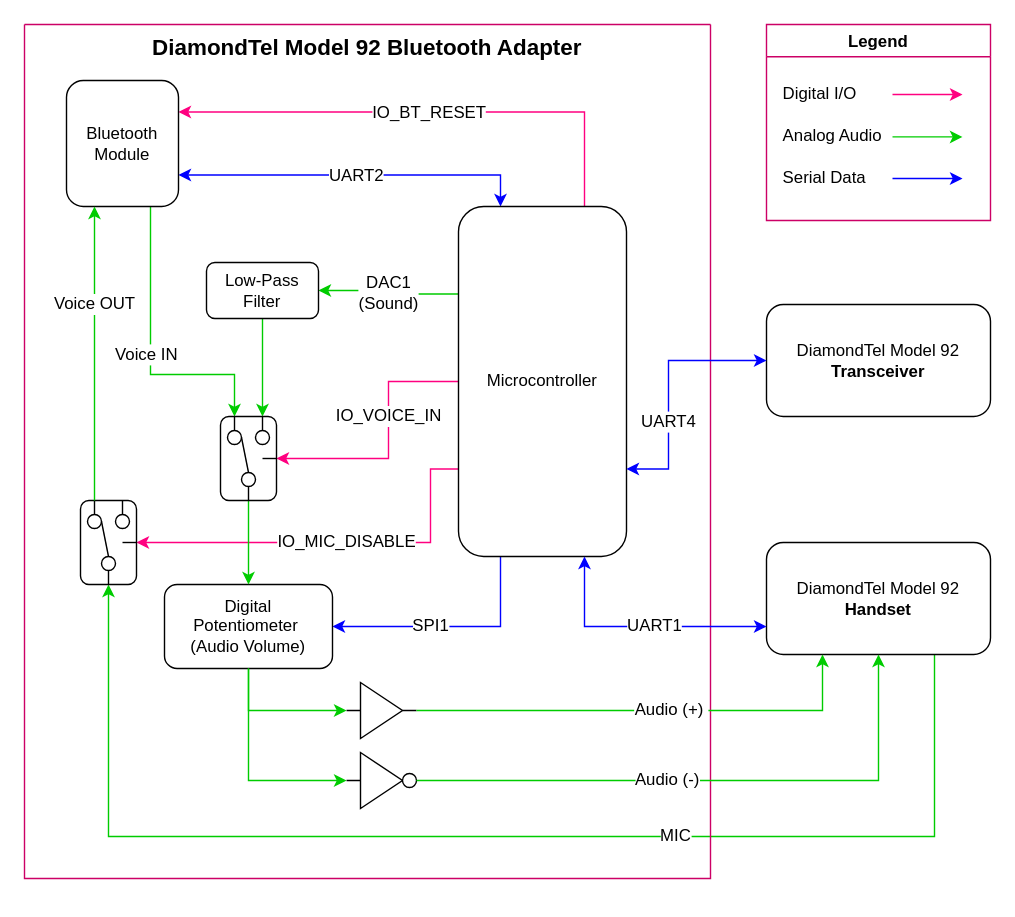
The draw.io diagram drawio/circuit_component_diagram.drawio in UselessPickles/diamondtel-m92-bluetooth, before the edit. Source tidied: cells renumbered, new cells numbered last; positions are measured from the earlier drawing's top-left corner, leaving out a move shared by most shapes. Both pictures are drawn from the tidied source at 140%, with x=0, y=0 at pixel (24, 24).
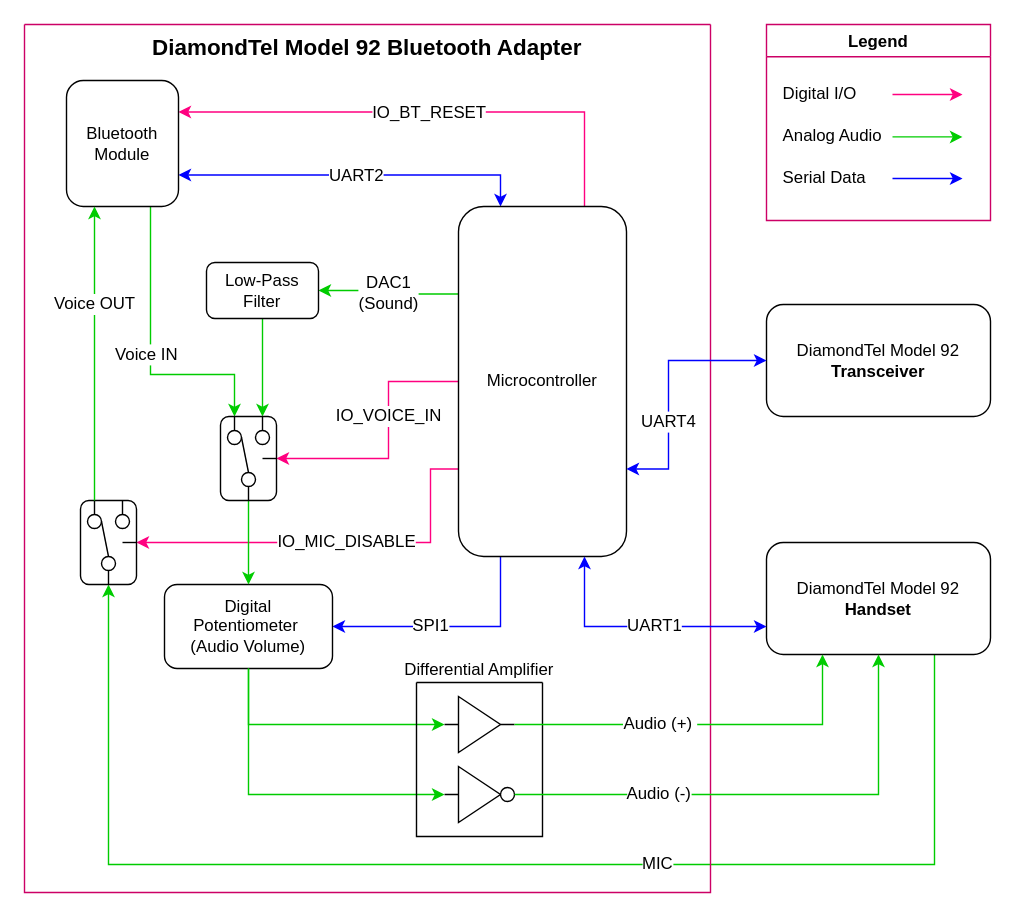
After the change.

Commit message (it also covers changes not shown here):
Label the Differential Amplifier in the component circuit diagram

Unchanged cells that the change refers to:
```xml
<mxCell id="3" value="DiamondTel Model 92&lt;br&gt;&lt;b&gt;Handset&lt;/b&gt;" style="rounded=1;whiteSpace=wrap;html=1;" parent="1" vertex="1">
  <mxGeometry x="530" y="370" width="160" height="80" as="geometry" />
</mxCell>
<mxCell id="14" value="Digital&lt;br&gt;Potentiometer&amp;nbsp;&lt;br&gt;(Audio Volume)" style="rounded=1;whiteSpace=wrap;html=1;" parent="4" vertex="1">
  <mxGeometry x="100" y="400" width="120" height="60" as="geometry" />
</mxCell>
<mxCell id="29" style="rounded=1;whiteSpace=wrap;html=1;points=[[0.25,0,0,0,0],[0.5,1,0,0,0],[0.75,0,0,0,0],[1,0.5,0,0,0]];" parent="28" vertex="1">
  <mxGeometry width="40" height="60" as="geometry" />
</mxCell>
```

Change to the diagram source:
```diff
@@
     <mxCell id="2" value="MIC" style="edgeStyle=orthogonalEdgeStyle;rounded=0;jettySize=auto;html=1;strokeColor=#00CC00;entryX=0.5;entryY=1;entryDx=0;entryDy=0;entryPerimeter=0;fontSize=12;exitX=0.75;exitY=1;exitDx=0;exitDy=0;" parent="1" edge="1" source="3" target="29">
-      <mxGeometry x="-0.3" relative="1" as="geometry">
+      <mxGeometry x="-0.26" relative="1" as="geometry">
         <Array as="points">
-          <mxPoint x="650" y="580" />
-          <mxPoint x="60" y="580" />
+          <mxPoint x="650" y="600" />
+          <mxPoint x="60" y="600" />
         </Array>
       </mxGeometry>
     </mxCell>
@@
     <mxCell id="4" value="DiamondTel Model 92 Bluetooth Adapter" style="swimlane;startSize=0;verticalAlign=top;fontSize=16;strokeColor=#CC0066;" parent="1" vertex="1">
-      <mxGeometry width="490" height="610" as="geometry" />
+      <mxGeometry width="490" height="620" as="geometry" />
     </mxCell>
@@
+    <mxCell id="41" style="edgeStyle=segmentEdgeStyle;endArrow=classic;html=1;rounded=0;strokeColor=#00CC00;fillColor=#0000FF;entryX=0;entryY=0.5;entryDx=0;entryDy=0;exitX=0.5;exitY=1;exitDx=0;exitDy=0;" parent="4" edge="1" source="14" target="39">
+      <mxGeometry relative="1" as="geometry">
+        <Array as="points">
+          <mxPoint x="160" y="500" />
+        </Array>
+      </mxGeometry>
+    </mxCell>
+    <mxCell id="42" style="edgeStyle=segmentEdgeStyle;endArrow=classic;html=1;rounded=0;strokeColor=#00CC00;fillColor=#0000FF;entryX=0;entryY=0.5;entryDx=0;entryDy=0;exitX=0.5;exitY=1;exitDx=0;exitDy=0;" parent="4" edge="1" source="14" target="40">
+      <mxGeometry relative="1" as="geometry">
+        <Array as="points">
+          <mxPoint x="160" y="550" />
+        </Array>
+      </mxGeometry>
+    </mxCell>
+    <mxCell id="53" value="Differential Amplifier" style="swimlane;startSize=0;verticalAlign=bottom;fontStyle=0;" parent="4" vertex="1">
+      <mxGeometry x="280" y="470" width="90" height="110" as="geometry" />
+    </mxCell>
-    <mxCell id="39" style="verticalLabelPosition=bottom;shadow=0;dashed=0;align=center;html=1;verticalAlign=top;shape=mxgraph.electrical.logic_gates.buffer2;strokeColor=#000000;" parent="4" vertex="1">
-      <mxGeometry x="230" y="470" width="50" height="40" as="geometry" />
+    <mxCell id="39" style="verticalLabelPosition=bottom;shadow=0;dashed=0;align=center;html=1;verticalAlign=top;shape=mxgraph.electrical.logic_gates.buffer2;strokeColor=#000000;" parent="53" vertex="1">
+      <mxGeometry x="20" y="10" width="50" height="40" as="geometry" />
     </mxCell>
-    <mxCell id="40" style="verticalLabelPosition=bottom;shadow=0;dashed=0;align=center;html=1;verticalAlign=top;shape=mxgraph.electrical.logic_gates.buffer2;strokeColor=#000000;" parent="4" vertex="1">
-      <mxGeometry x="230" y="520" width="50" height="40" as="geometry" />
+    <mxCell id="40" style="verticalLabelPosition=bottom;shadow=0;dashed=0;align=center;html=1;verticalAlign=top;shape=mxgraph.electrical.logic_gates.buffer2;strokeColor=#000000;" parent="53" vertex="1">
+      <mxGeometry x="20" y="60" width="50" height="40" as="geometry" />
     </mxCell>
-    <mxCell id="41" style="edgeStyle=segmentEdgeStyle;endArrow=classic;html=1;rounded=0;strokeColor=#00CC00;fillColor=#0000FF;entryX=0;entryY=0.5;entryDx=0;entryDy=0;exitX=0.5;exitY=1;exitDx=0;exitDy=0;" parent="4" edge="1" source="14" target="39">
-      <mxGeometry relative="1" as="geometry">
-        <Array as="points">
-          <mxPoint x="160" y="490" />
-        </Array>
-      </mxGeometry>
-    </mxCell>
-    <mxCell id="42" style="edgeStyle=segmentEdgeStyle;endArrow=classic;html=1;rounded=0;strokeColor=#00CC00;fillColor=#0000FF;entryX=0;entryY=0.5;entryDx=0;entryDy=0;exitX=0.5;exitY=1;exitDx=0;exitDy=0;" parent="4" edge="1" source="14" target="40">
-      <mxGeometry relative="1" as="geometry">
-        <Array as="points">
-          <mxPoint x="160" y="540" />
-        </Array>
-      </mxGeometry>
-    </mxCell>
-    <mxCell id="43" style="ellipse;whiteSpace=wrap;html=1;strokeColor=#000000;" parent="4" vertex="1">
-      <mxGeometry x="270" y="535" width="10" height="10" as="geometry" />
+    <mxCell id="43" style="ellipse;whiteSpace=wrap;html=1;strokeColor=#000000;" parent="53" vertex="1">
+      <mxGeometry x="60" y="75" width="10" height="10" as="geometry" />
     </mxCell>
@@
     <mxCell id="51" value="Audio (+)&amp;nbsp;" style="edgeStyle=elbowEdgeStyle;elbow=vertical;endArrow=classic;html=1;rounded=0;strokeColor=#00CC00;fillColor=#0000FF;exitX=1;exitY=0.5;exitDx=0;exitDy=0;entryX=0.25;entryY=1;entryDx=0;entryDy=0;fontSize=12;" parent="1" edge="1" source="39" target="3">
-      <mxGeometry x="0.1" relative="1" as="geometry">
+      <mxGeometry x="-0.23" relative="1" as="geometry">
         <Array as="points">
+          <mxPoint x="390" y="500" />
           <mxPoint x="350" y="490" />
         </Array>
       </mxGeometry>
     </mxCell>
     <mxCell id="52" value="Audio (-)" style="edgeStyle=segmentEdgeStyle;endArrow=classic;html=1;rounded=0;strokeColor=#00CC00;fillColor=#0000FF;exitX=1;exitY=0.5;exitDx=0;exitDy=0;entryX=0.5;entryY=1;entryDx=0;entryDy=0;fontSize=12;" parent="1" edge="1" source="43" target="3">
-      <mxGeometry x="-0.15" relative="1" as="geometry" />
+      <mxGeometry x="-0.43" relative="1" as="geometry" />
     </mxCell>
```
